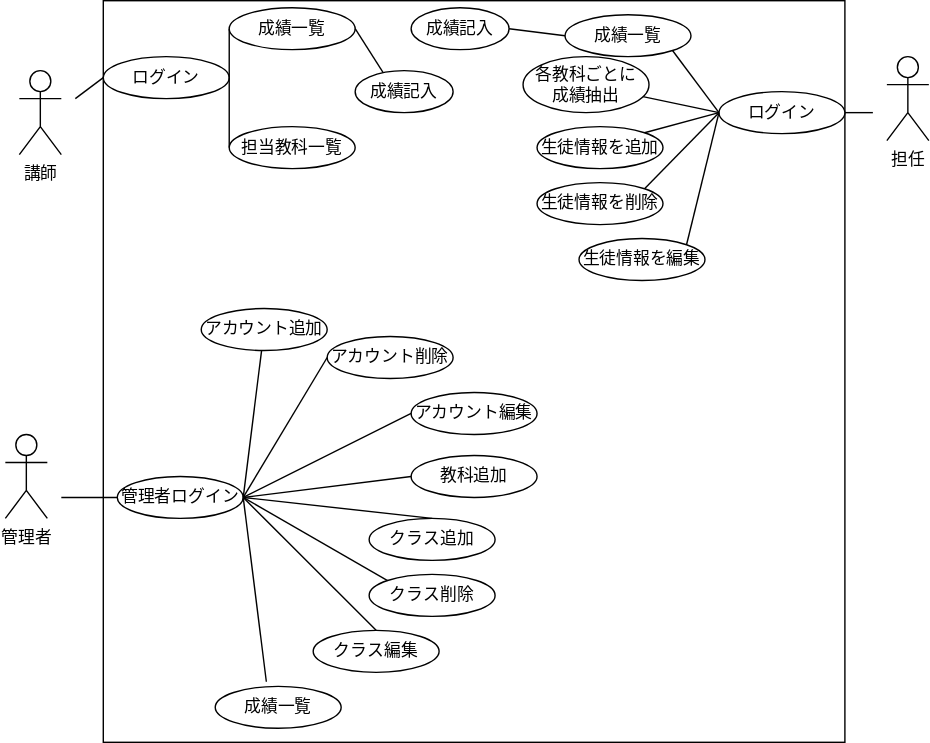
nakamachiJP/uml-introduction keeps this draw.io diagram as a.drawio.svg. Above is the earlier version. Source tidied: cells renumbered, new cells last; positions are measured from the earlier drawing's top-left corner, leaving out a move shared by most shapes.
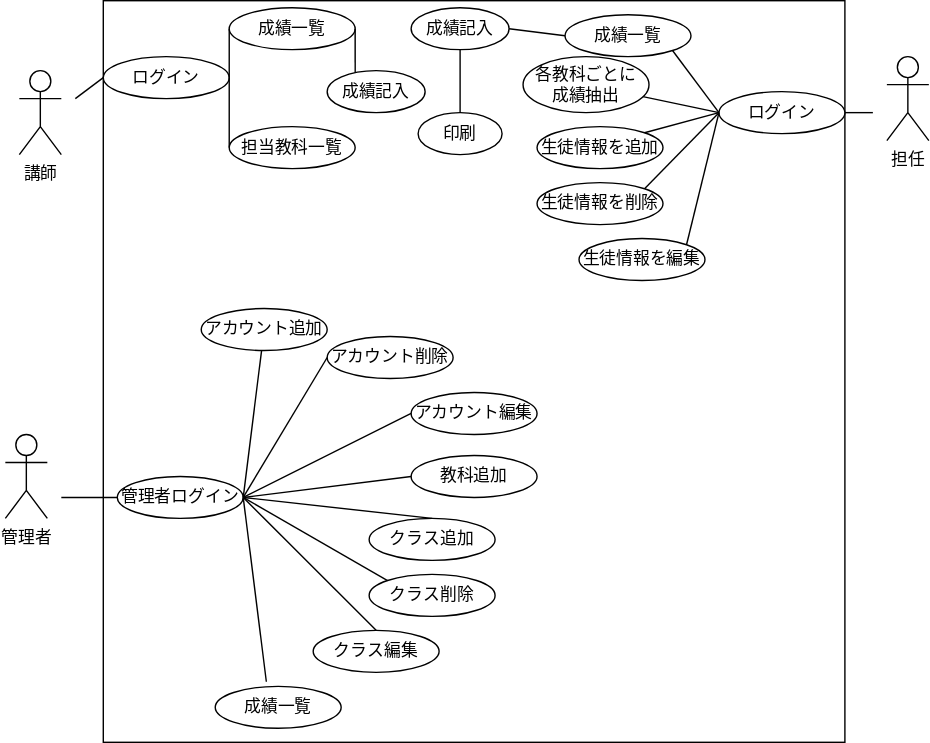
Above is the later version.

Diff of the diagram source:
```diff
@@ -129,7 +129,7 @@
       <mxGeometry relative="1" as="geometry" />
     </mxCell>
     <mxCell id="42" value="成績記入" style="ellipse;whiteSpace=wrap;html=1;" parent="1" vertex="1">
-      <mxGeometry x="250" y="50" width="70" height="30" as="geometry" />
+      <mxGeometry x="230" y="50" width="70" height="30" as="geometry" />
     </mxCell>
     <mxCell id="43" style="endArrow=none;html=1;exitX=1;exitY=0.5;exitDx=0;exitDy=0;entryX=0.286;entryY=0.044;entryDx=0;entryDy=0;entryPerimeter=0;" parent="1" edge="1" source="38" target="42">
       <mxGeometry relative="1" as="geometry" />
@@ -140,5 +140,11 @@
     <mxCell id="45" style="endArrow=none;html=1;exitX=1;exitY=0.5;exitDx=0;exitDy=0;entryX=0;entryY=0.5;entryDx=0;entryDy=0;" parent="1" edge="1" source="44" target="18">
       <mxGeometry relative="1" as="geometry" />
     </mxCell>
+    <mxCell id="46" value="印刷" style="ellipse;whiteSpace=wrap;html=1;" parent="1" vertex="1">
+      <mxGeometry x="295" y="80" width="60" height="30" as="geometry" />
+    </mxCell>
+    <mxCell id="47" style="endArrow=none;html=1;exitX=0.5;exitY=0;exitDx=0;exitDy=0;entryX=0.5;entryY=1;entryDx=0;entryDy=0;" parent="1" edge="1" source="46" target="44">
+      <mxGeometry relative="1" as="geometry" />
+    </mxCell>
   </root>
 </mxGraphModel>
```
